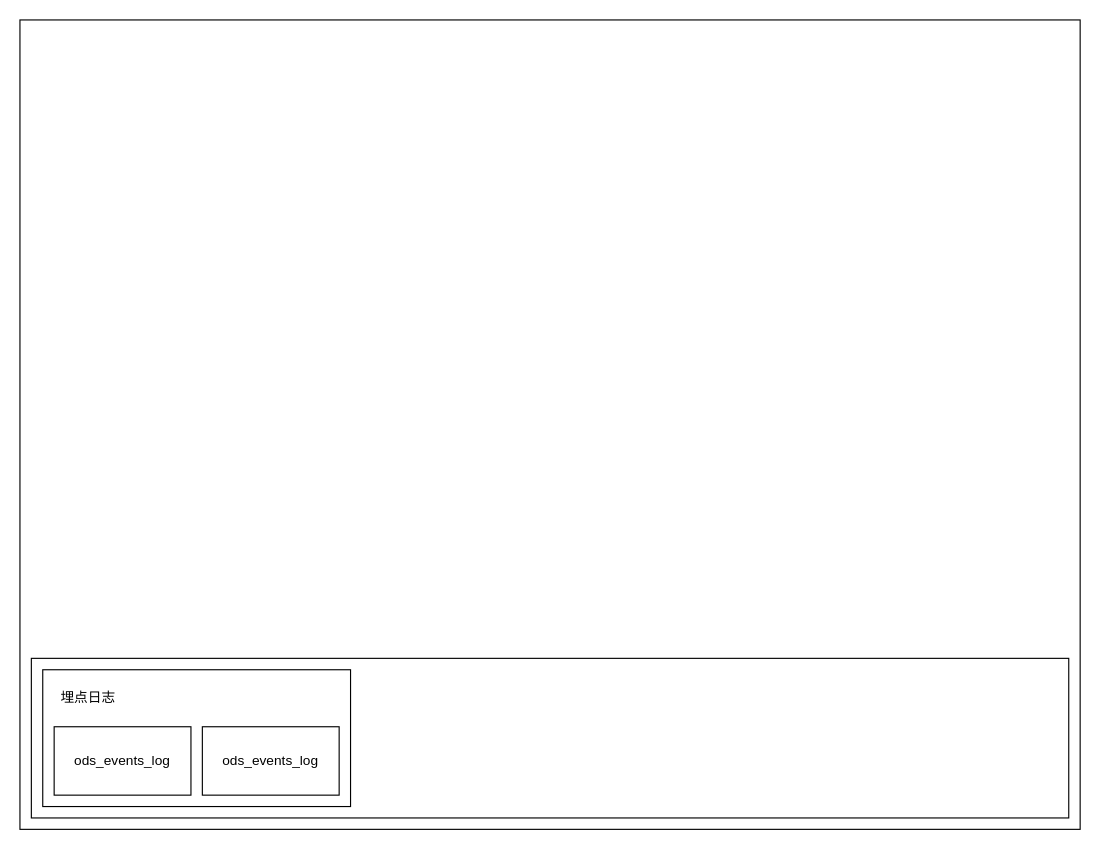
The draw.io diagram 未命名绘图.drawio in Jacoulin/draw, before the edit. Source tidied: cells renumbered, new cells numbered last; positions are measured from the earlier drawing's top-left corner, leaving out a move shared by most shapes. Both pictures are drawn from the tidied source at 114%, with x=0, y=0 at pixel (19, 19).
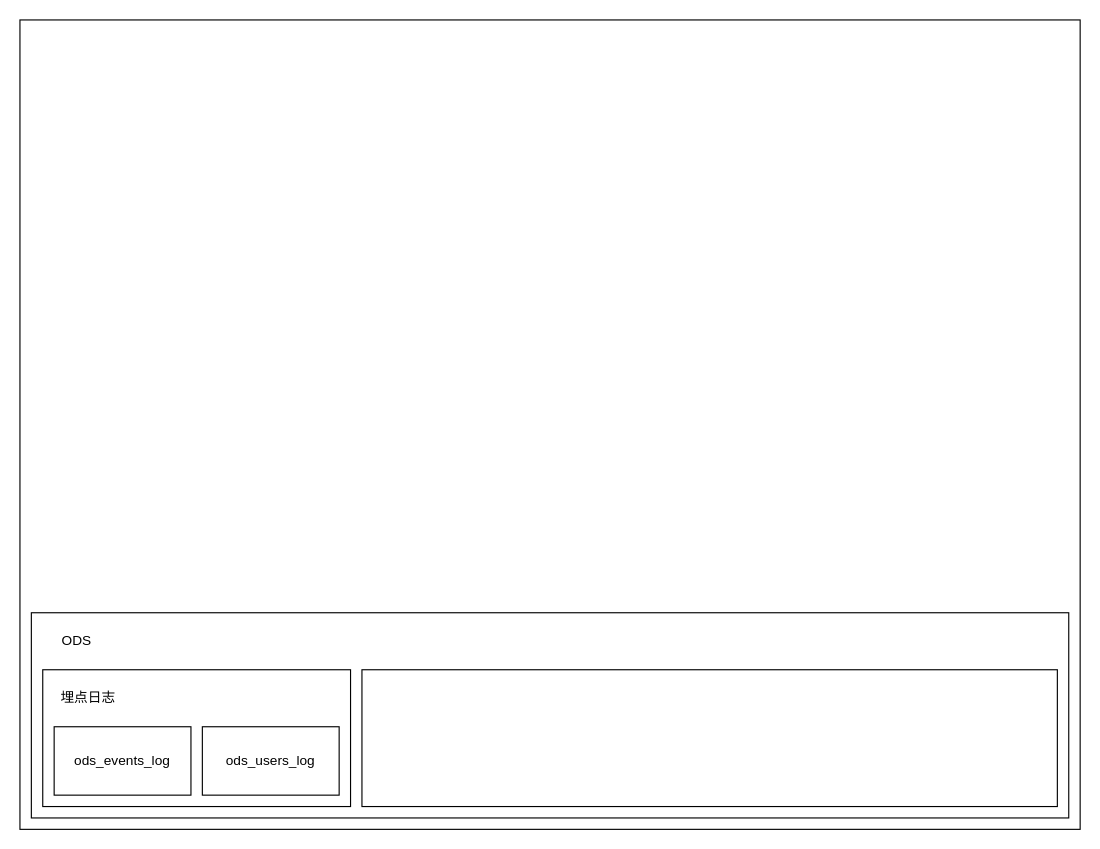
The same diagram, later.

Commit message:
更新未命名绘图.drawio

What changed in the source:
```diff
@@
 <mxGraphModel>
   <root>
     <mxCell id="0" />
     <mxCell id="1" parent="0" />
     <mxCell id="2" style="rounded=0;whiteSpace=wrap;html=1;" parent="1" vertex="1">
       <mxGeometry width="930" height="710" as="geometry" />
     </mxCell>
     <mxCell id="3" style="rounded=0;whiteSpace=wrap;html=1;" parent="1" vertex="1">
-      <mxGeometry x="10" y="560" width="910" height="140" as="geometry" />
+      <mxGeometry x="10" y="520" width="910" height="180" as="geometry" />
     </mxCell>
     <mxCell id="4" style="rounded=0;whiteSpace=wrap;html=1;" parent="1" vertex="1">
       <mxGeometry x="20" y="570" width="270" height="120" as="geometry" />
     </mxCell>
     <mxCell id="5" value="ods_events_log" style="rounded=0;whiteSpace=wrap;html=1;" parent="1" vertex="1">
       <mxGeometry x="30" y="620" width="120" height="60" as="geometry" />
     </mxCell>
-    <mxCell id="6" value="ods_events_log" style="rounded=0;whiteSpace=wrap;html=1;" parent="1" vertex="1">
+    <mxCell id="6" value="ods_users_log" style="rounded=0;whiteSpace=wrap;html=1;" parent="1" vertex="1">
       <mxGeometry x="160" y="620" width="120" height="60" as="geometry" />
     </mxCell>
     <mxCell id="7" value="埋点日志" style="text;html=1;strokeColor=none;fillColor=none;align=center;verticalAlign=middle;whiteSpace=wrap;rounded=0;" parent="1" vertex="1">
       <mxGeometry x="30" y="580" width="60" height="30" as="geometry" />
     </mxCell>
+    <mxCell id="8" style="rounded=0;whiteSpace=wrap;html=1;" parent="1" vertex="1">
+      <mxGeometry x="300" y="570" width="610" height="120" as="geometry" />
+    </mxCell>
+    <mxCell id="9" value="ODS" style="text;html=1;strokeColor=none;fillColor=none;align=center;verticalAlign=middle;whiteSpace=wrap;rounded=0;" parent="1" vertex="1">
+      <mxGeometry x="20" y="530" width="60" height="30" as="geometry" />
+    </mxCell>
   </root>
 </mxGraphModel>
```
